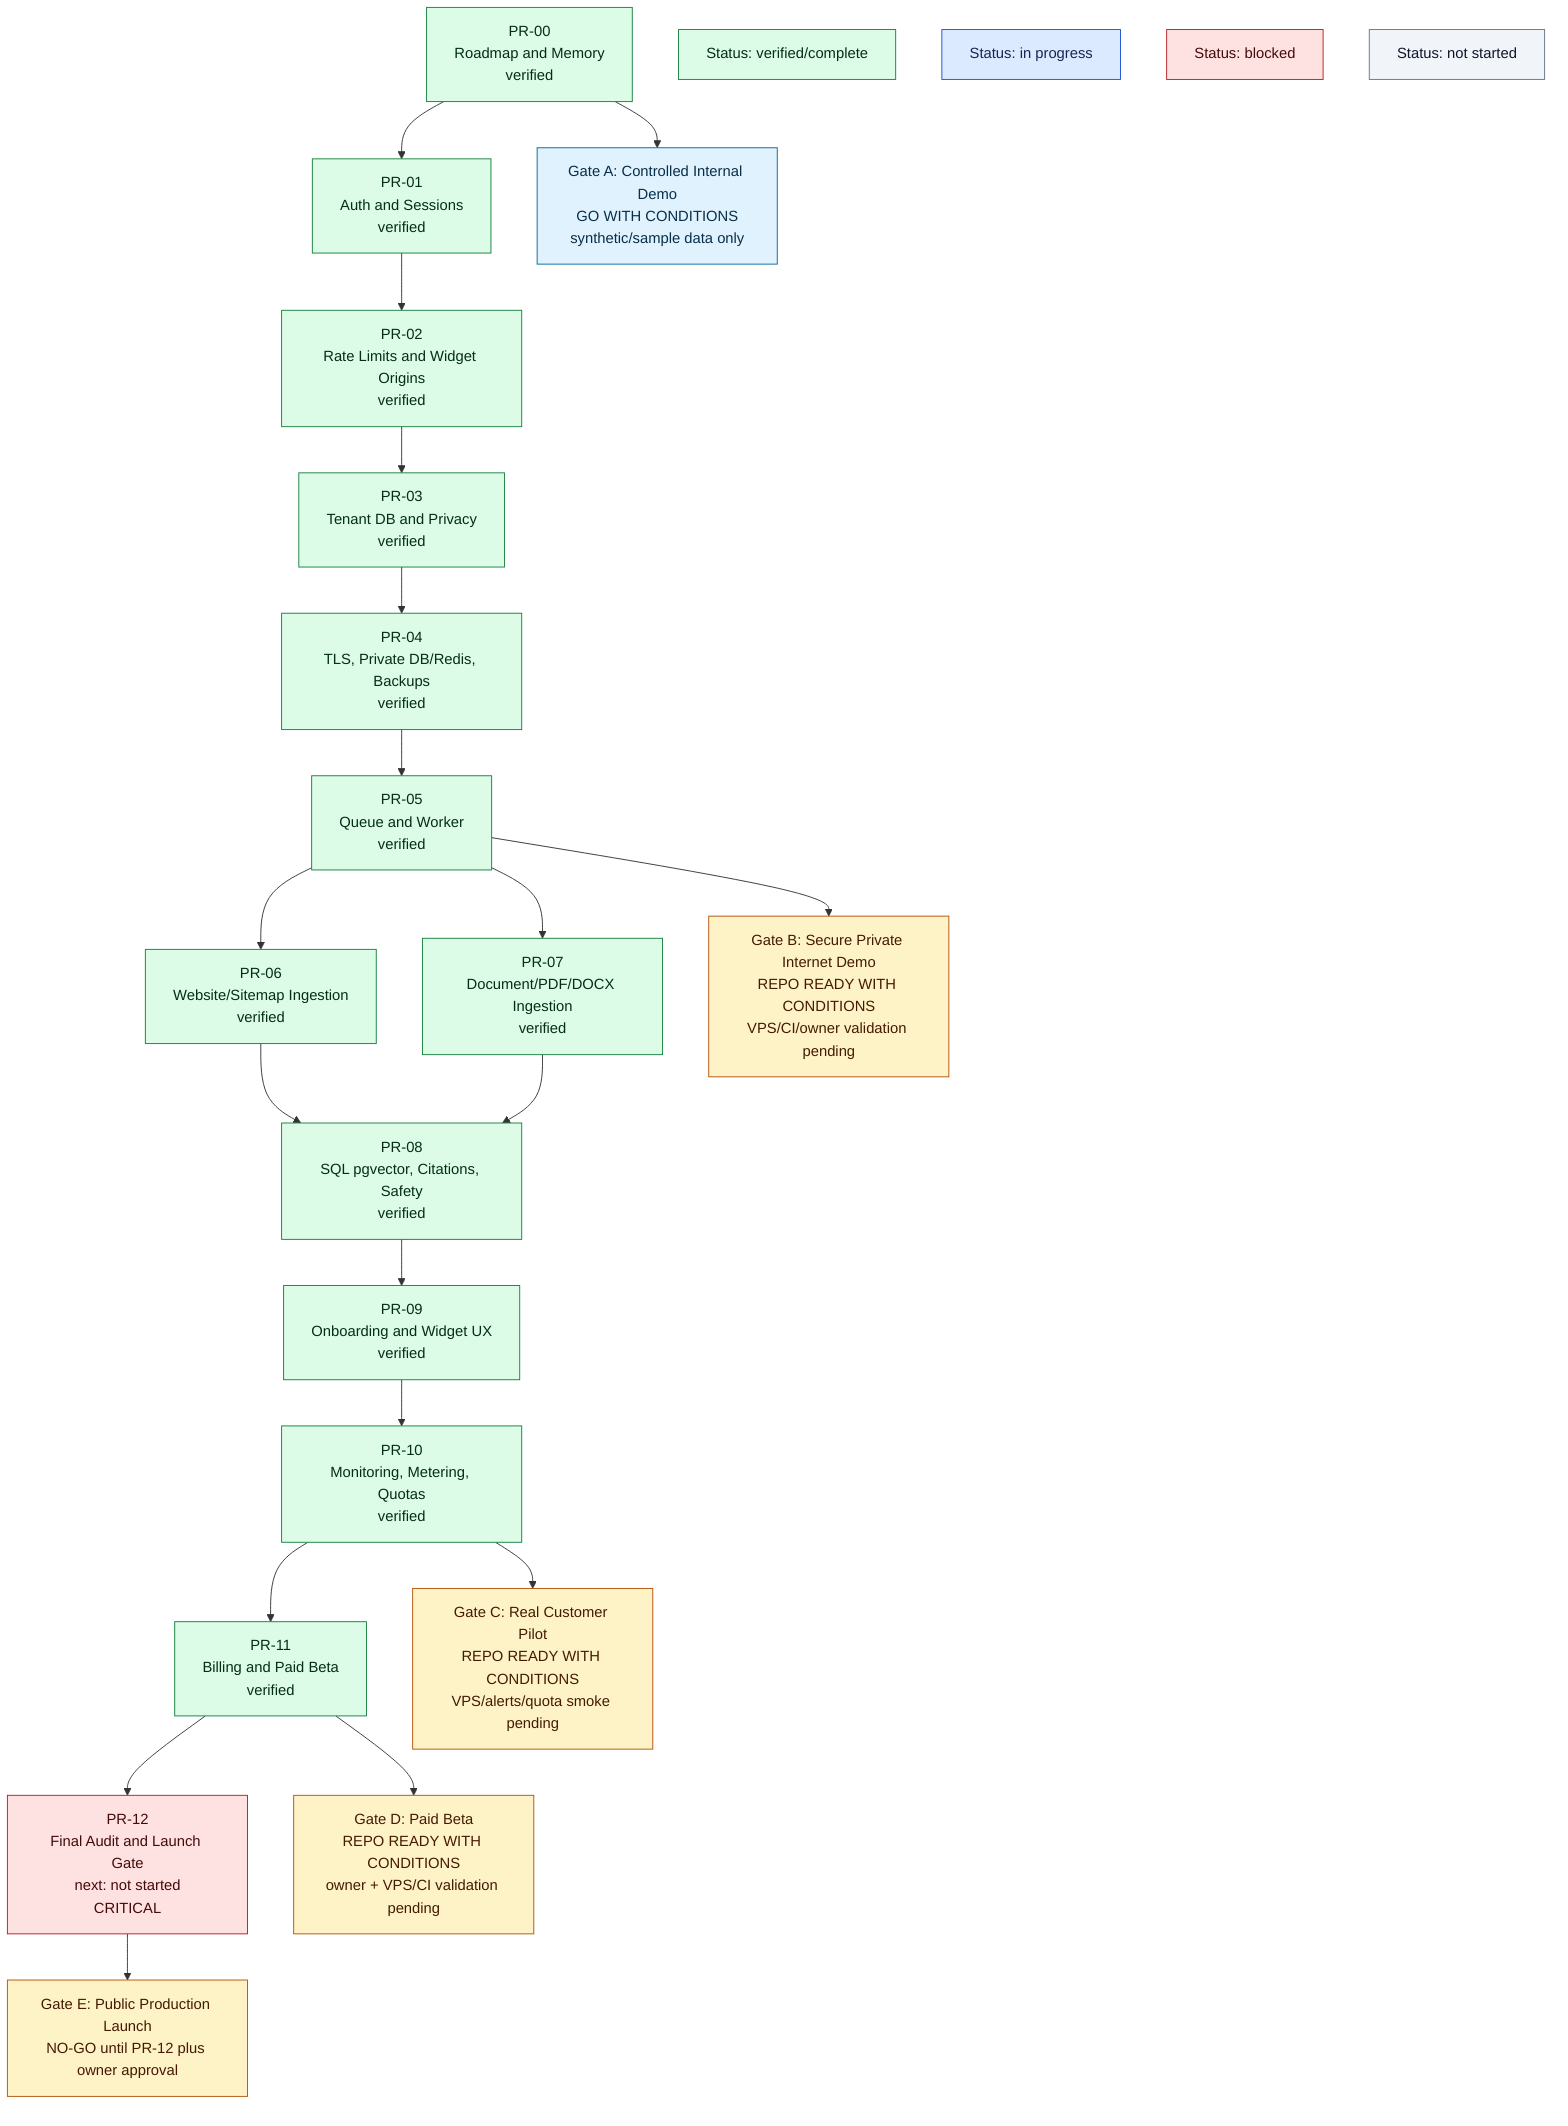
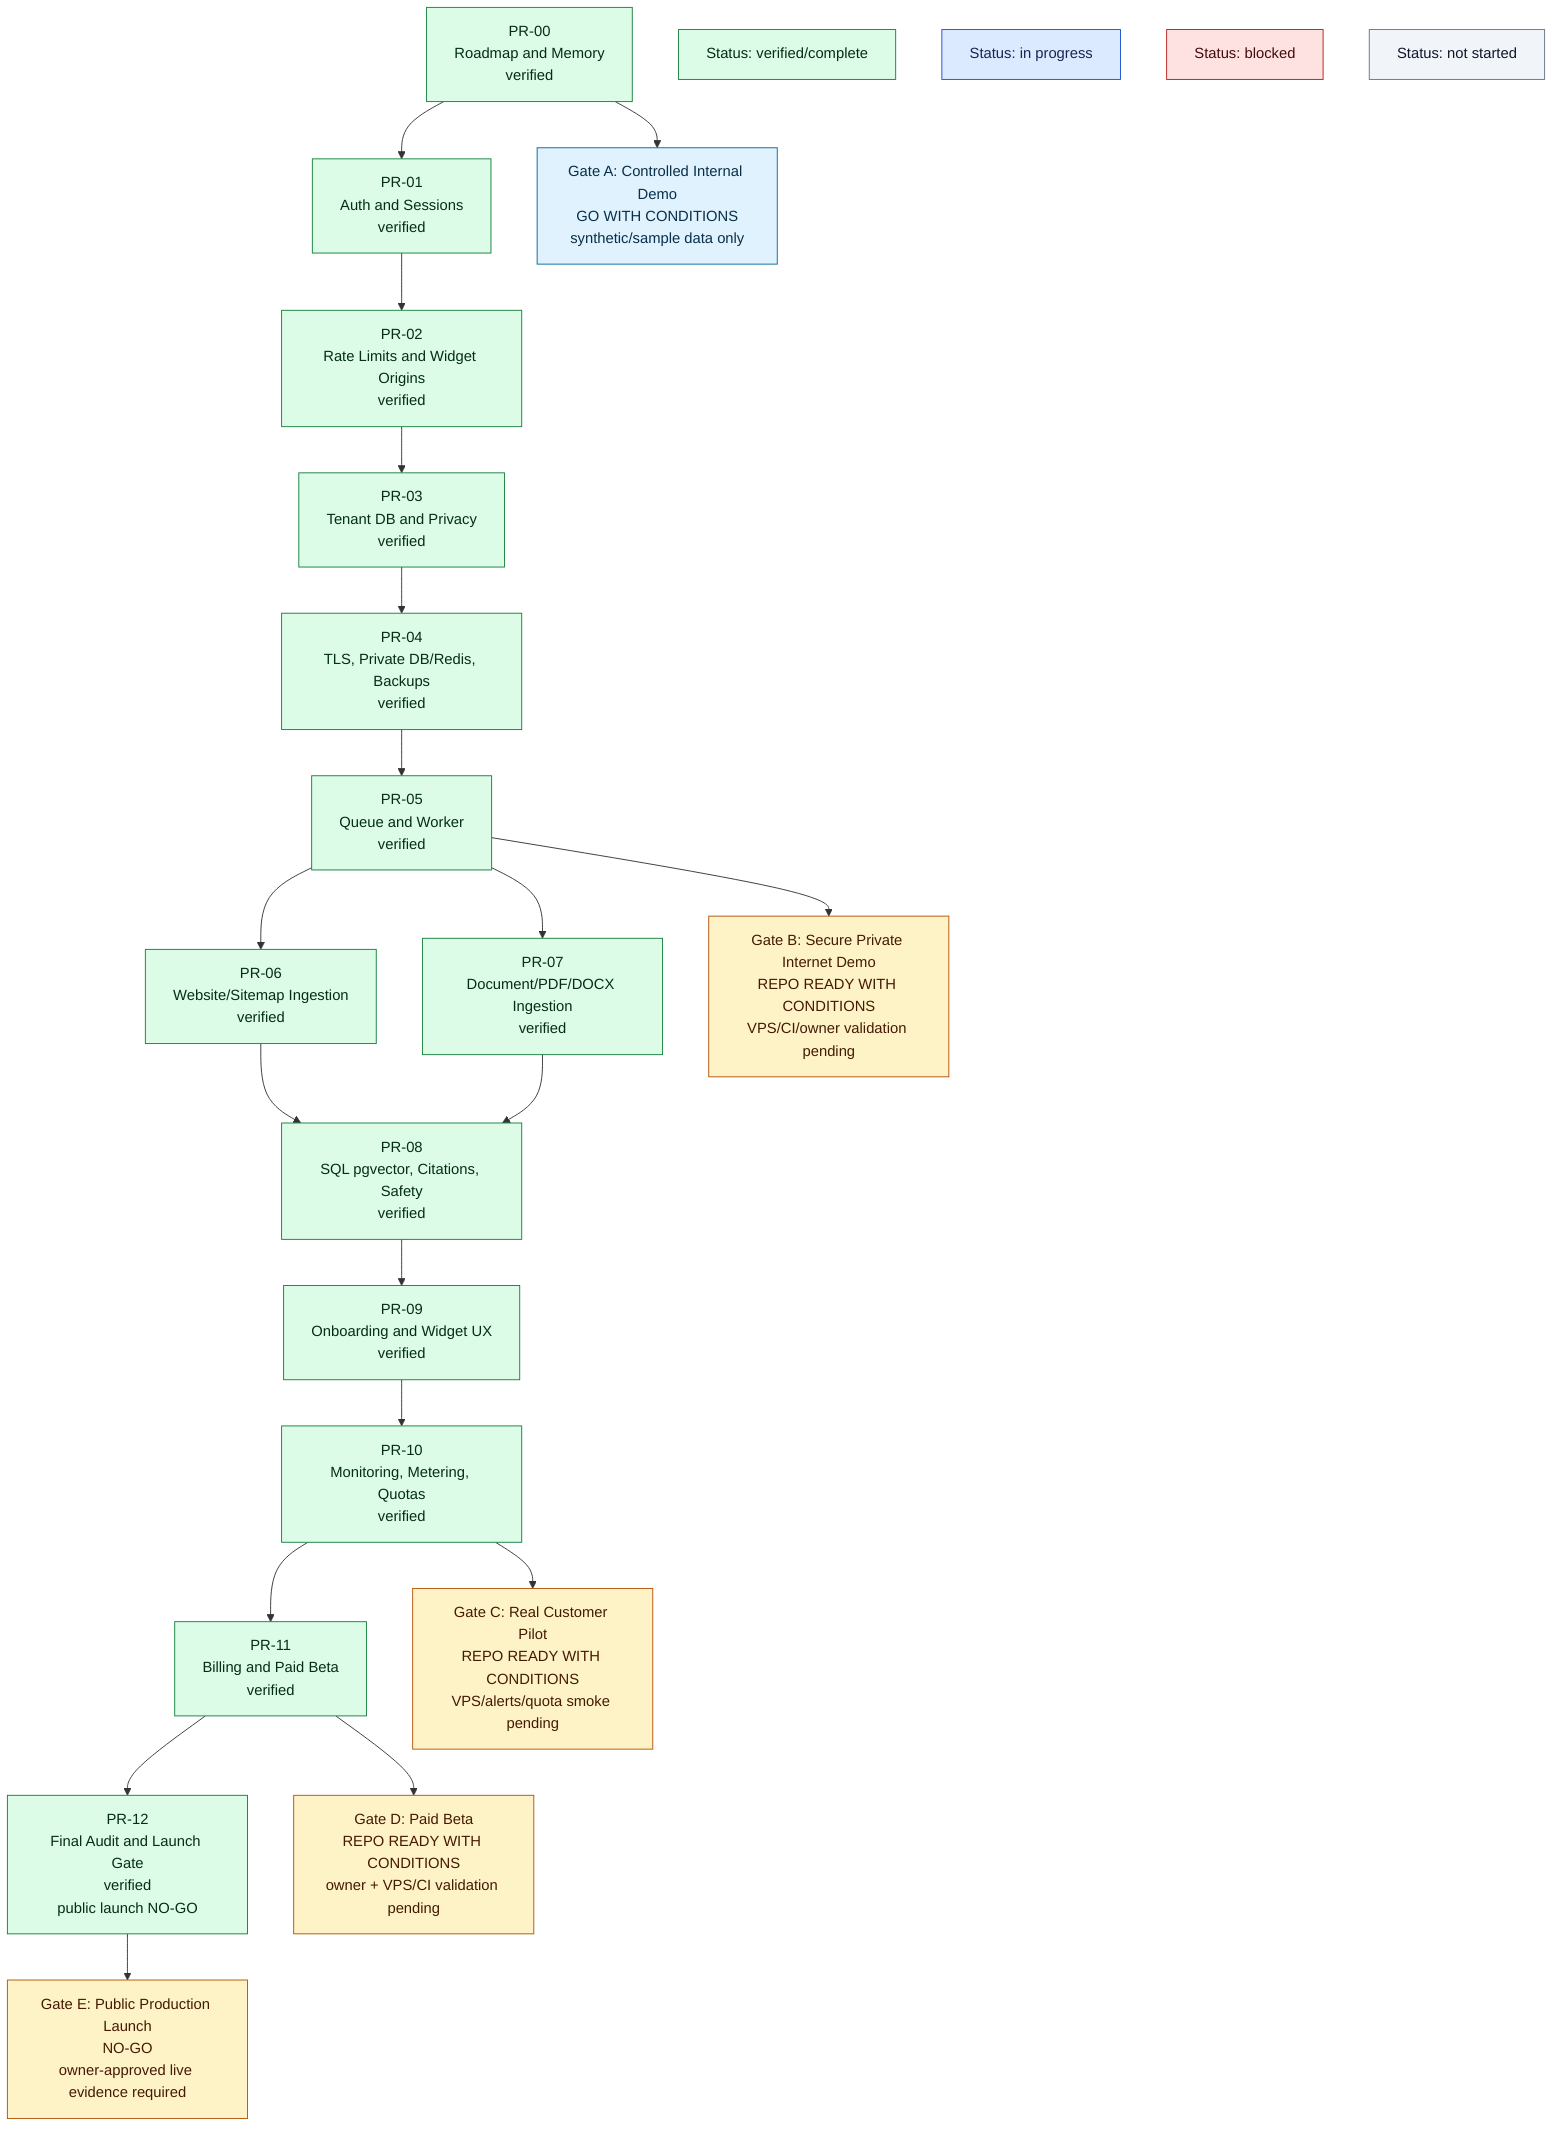
flowchart TB
    PR00["PR-00<br/>Roadmap and Memory<br/>verified"]
    PR01["PR-01<br/>Auth and Sessions<br/>verified"]
    PR02["PR-02<br/>Rate Limits and Widget Origins<br/>verified"]
    PR03["PR-03<br/>Tenant DB and Privacy<br/>verified"]
    PR04["PR-04<br/>TLS, Private DB/Redis, Backups<br/>verified"]
    PR05["PR-05<br/>Queue and Worker<br/>verified"]
    PR06["PR-06<br/>Website/Sitemap Ingestion<br/>verified"]
    PR07["PR-07<br/>Document/PDF/DOCX Ingestion<br/>verified"]
    PR08["PR-08<br/>SQL pgvector, Citations, Safety<br/>verified"]
    PR09["PR-09<br/>Onboarding and Widget UX<br/>verified"]
    PR10["PR-10<br/>Monitoring, Metering, Quotas<br/>verified"]
    PR11["PR-11<br/>Billing and Paid Beta<br/>verified"]
-     PR12["PR-12<br/>Final Audit and Launch Gate<br/>next: not started<br/>CRITICAL"]
+     PR12["PR-12<br/>Final Audit and Launch Gate<br/>verified<br/>public launch NO-GO"]

    GateA["Gate A: Controlled Internal Demo<br/>GO WITH CONDITIONS<br/>synthetic/sample data only"]
    GateB["Gate B: Secure Private Internet Demo<br/>REPO READY WITH CONDITIONS<br/>VPS/CI/owner validation pending"]
    GateC["Gate C: Real Customer Pilot<br/>REPO READY WITH CONDITIONS<br/>VPS/alerts/quota smoke pending"]
    GateD["Gate D: Paid Beta<br/>REPO READY WITH CONDITIONS<br/>owner + VPS/CI validation pending"]
-     GateE["Gate E: Public Production Launch<br/>NO-GO until PR-12 plus owner approval"]
+     GateE["Gate E: Public Production Launch<br/>NO-GO<br/>owner-approved live evidence required"]
    LegendVerified["Status: verified/complete"]
    LegendProgress["Status: in progress"]
    LegendBlocked["Status: blocked"]
    LegendPending["Status: not started"]

    PR00 --> PR01 --> PR02 --> PR03 --> PR04 --> PR05
    PR05 --> PR06
    PR05 --> PR07
    PR06 --> PR08
    PR07 --> PR08
    PR08 --> PR09 --> PR10 --> PR11 --> PR12
    PR00 --> GateA
    PR05 --> GateB
    PR10 --> GateC
    PR11 --> GateD
    PR12 --> GateE

    classDef verified fill:#dcfce7,stroke:#15803d,color:#052e16
    classDef inProgress fill:#dbeafe,stroke:#1d4ed8,color:#172554
    classDef blocked fill:#fee2e2,stroke:#b91c1c,color:#450a0a
    classDef critical fill:#fee2e2,stroke:#b91c1c,color:#450a0a
    classDef high fill:#ffedd5,stroke:#c2410c,color:#431407
    classDef pending fill:#f1f5f9,stroke:#64748b,color:#0f172a
    classDef gateOk fill:#e0f2fe,stroke:#0369a1,color:#082f49
    classDef gateNo fill:#fef3c7,stroke:#b45309,color:#451a03

-     class PR00,PR01,PR02,PR03,PR04,PR05,PR06,PR07,PR08,PR09,PR10,PR11 verified
-     class PR12 critical
+     class PR00,PR01,PR02,PR03,PR04,PR05,PR06,PR07,PR08,PR09,PR10,PR11,PR12 verified
    class GateA gateOk
    class GateB,GateC,GateD,GateE gateNo
    class LegendVerified verified
    class LegendProgress inProgress
    class LegendBlocked blocked
    class LegendPending pending
